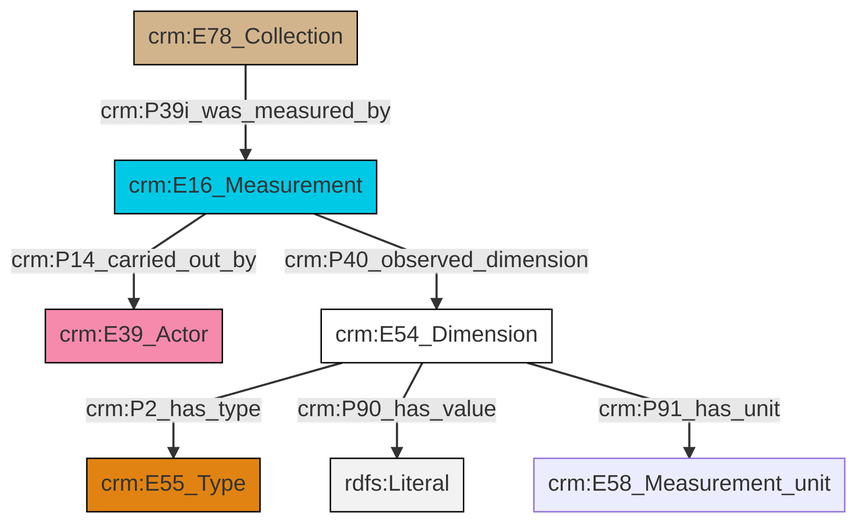
swiss-art-research-net/docs.swissartresearch keeps this Mermaid diagram as et/archivalCSV/ttl/mmd/png/archival_substance.png. Above is the earlier version. Its source is kept beside it as et/archivalCSV/ttl/mmd/archival_substance.ttl.mmd.
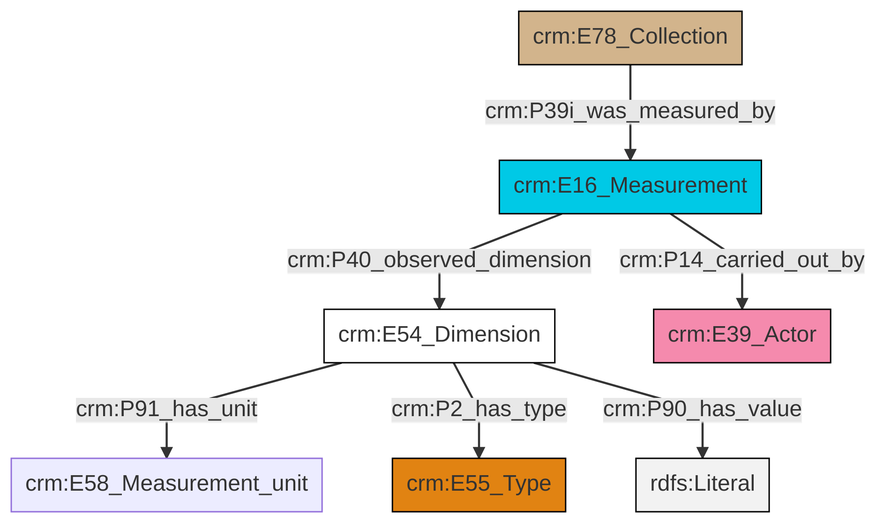
After the change.

The edit, as a diff of the source:
```diff
@@ -13,9 +13,9 @@
 classDef PC_Classes fill:#4ce600, stroke:#000000;
 classDef Multi fill:#cccccc,stroke:#000000;
 
-4["crm:E16_Measurement"]:::Temporal_Entity -->|crm:P14_carried_out_by| 0["crm:E39_Actor"]:::Actor
-2["crm:E54_Dimension"]:::CRM_Entity -->|crm:P2_has_type| 5["crm:E55_Type"]:::Type
-6["crm:E78_Collection"]:::Physical_Thing -->|crm:P39i_was_measured_by| 4["crm:E16_Measurement"]:::Temporal_Entity
-2["crm:E54_Dimension"]:::CRM_Entity -->|crm:P90_has_value| 8[rdfs:Literal]:::Literal
-4["crm:E16_Measurement"]:::Temporal_Entity -->|crm:P40_observed_dimension| 2["crm:E54_Dimension"]:::CRM_Entity
-2["crm:E54_Dimension"]:::CRM_Entity -->|crm:P91_has_unit| 9["crm:E58_Measurement_unit"]:::Default
+2["crm:E54_Dimension"]:::CRM_Entity -->|crm:P91_has_unit| 0["crm:E58_Measurement_unit"]:::Default
+2["crm:E54_Dimension"]:::CRM_Entity -->|crm:P2_has_type| 3["crm:E55_Type"]:::Type
+4["crm:E78_Collection"]:::Physical_Thing -->|crm:P39i_was_measured_by| 5["crm:E16_Measurement"]:::Temporal_Entity
+5["crm:E16_Measurement"]:::Temporal_Entity -->|crm:P40_observed_dimension| 2["crm:E54_Dimension"]:::CRM_Entity
+2["crm:E54_Dimension"]:::CRM_Entity -->|crm:P90_has_value| 6[rdfs:Literal]:::Literal
+5["crm:E16_Measurement"]:::Temporal_Entity -->|crm:P14_carried_out_by| 8["crm:E39_Actor"]:::Actor
```
